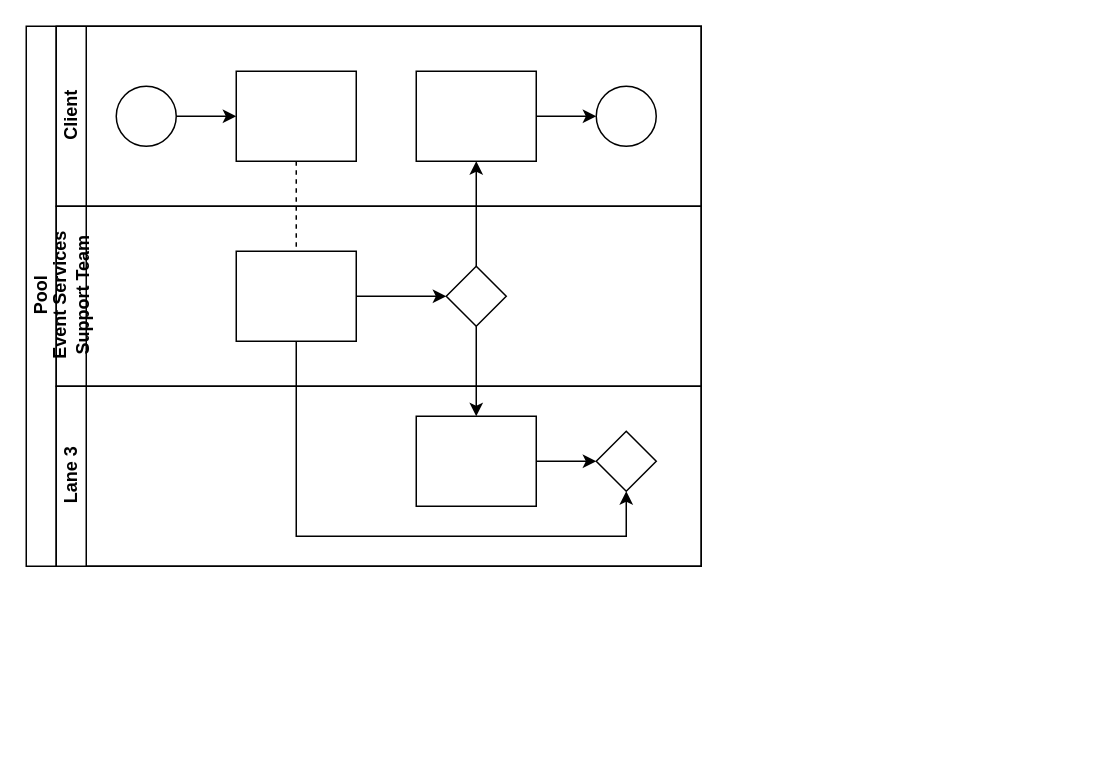
This is Swim-create-Event.drawio from Helena-Zuk/github-slideshow, a draw.io file, before an edit. Source tidied: cells renumbered, new cells numbered last; positions are measured from the earlier drawing's top-left corner, leaving out a move shared by most shapes. Both pictures are drawn from the tidied source at 150%, with x=0, y=0 at pixel (26, 26).
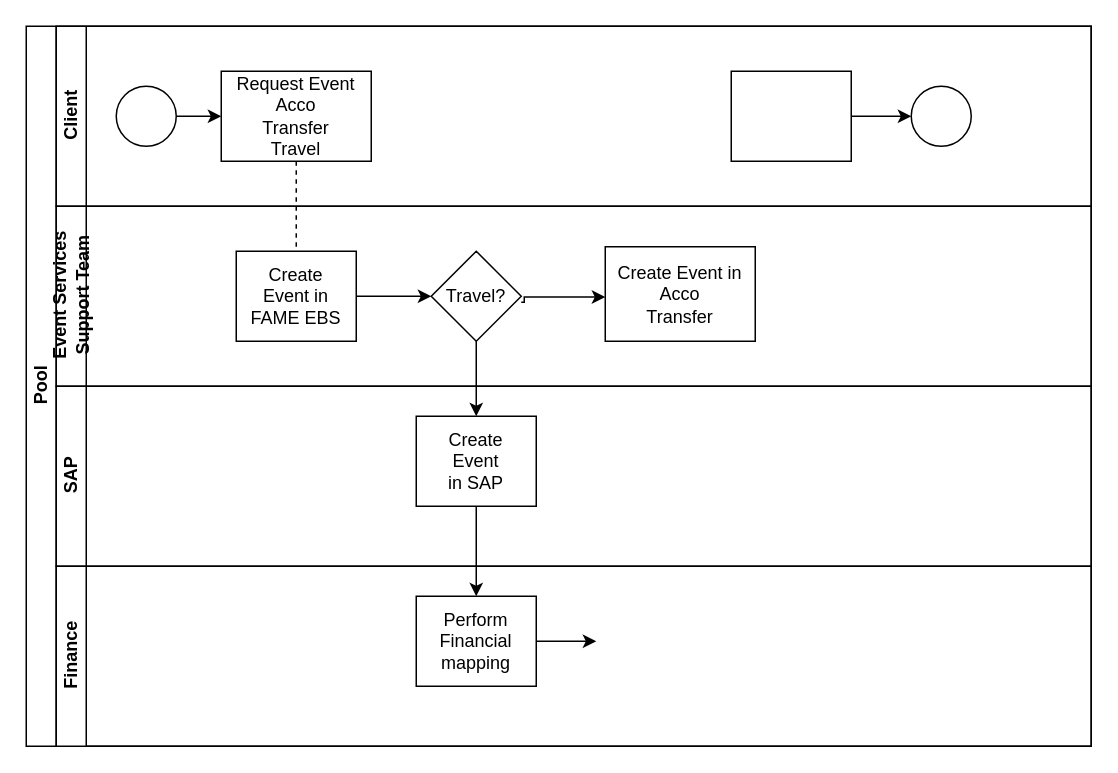
Above is the later version.

What changed in the source:
```diff
@@
     <mxCell id="2" value="Pool" style="swimlane;html=1;horizontal=0;startSize=20;" parent="1" vertex="1">
-      <mxGeometry width="450" height="360" as="geometry" />
+      <mxGeometry width="710" height="480" as="geometry" />
     </mxCell>
@@
-    <mxCell id="4" style="edgeStyle=orthogonalEdgeStyle;rounded=0;jettySize=auto;html=1;endArrow=classic;endFill=1;" parent="2" edge="1" source="17" target="12">
-      <mxGeometry relative="1" as="geometry" />
-    </mxCell>
@@
-    <mxCell id="6" style="edgeStyle=orthogonalEdgeStyle;rounded=0;jettySize=auto;html=1;endArrow=classic;endFill=1;" parent="2" edge="1" source="16" target="21">
-      <mxGeometry relative="1" as="geometry">
-        <Array as="points">
-          <mxPoint x="180" y="340" />
-          <mxPoint x="400" y="340" />
-        </Array>
-      </mxGeometry>
-    </mxCell>
     <mxCell id="7" value="Client" style="swimlane;html=1;startSize=20;horizontal=0;" parent="2" vertex="1">
-      <mxGeometry x="20" width="430" height="120" as="geometry" />
+      <mxGeometry x="20" width="690" height="120" as="geometry" />
     </mxCell>
@@
-    <mxCell id="10" style="rounded=0;whiteSpace=wrap;html=1;fontFamily=Helvetica;fontSize=12;fontColor=#000000;align=center;" parent="7" vertex="1">
-      <mxGeometry x="120" y="30" width="80" height="60" as="geometry" />
+    <mxCell id="10" value="Request Event&lt;br style=&quot;border-color: var(--border-color);&quot;&gt;Acco&lt;br style=&quot;border-color: var(--border-color);&quot;&gt;Transfer&lt;br style=&quot;border-color: var(--border-color);&quot;&gt;Travel" style="rounded=0;whiteSpace=wrap;html=1;fontFamily=Helvetica;fontSize=12;fontColor=#000000;align=center;" parent="7" vertex="1">
+      <mxGeometry x="110" y="30" width="100" height="60" as="geometry" />
     </mxCell>
@@
     <mxCell id="12" style="rounded=0;whiteSpace=wrap;html=1;fontFamily=Helvetica;fontSize=12;fontColor=#000000;align=center;" parent="7" vertex="1">
-      <mxGeometry x="240" y="30" width="80" height="60" as="geometry" />
+      <mxGeometry x="450" y="30" width="80" height="60" as="geometry" />
     </mxCell>
     <mxCell id="13" style="ellipse;whiteSpace=wrap;html=1;" parent="7" vertex="1">
-      <mxGeometry x="360" y="40" width="40" height="40" as="geometry" />
+      <mxGeometry x="570" y="40" width="40" height="40" as="geometry" />
     </mxCell>
     <mxCell id="14" value="Event Services &lt;br&gt;Support Team" style="swimlane;html=1;startSize=20;horizontal=0;" parent="2" vertex="1">
-      <mxGeometry x="20" y="120" width="430" height="120" as="geometry" />
+      <mxGeometry x="20" y="120" width="690" height="120" as="geometry" />
     </mxCell>
@@
-    <mxCell id="16" style="rounded=0;whiteSpace=wrap;html=1;fontFamily=Helvetica;fontSize=12;fontColor=#000000;align=center;" parent="14" vertex="1">
+    <mxCell id="16" value="Create&lt;br&gt;Event in&lt;br&gt;FAME EBS" style="rounded=0;whiteSpace=wrap;html=1;fontFamily=Helvetica;fontSize=12;fontColor=#000000;align=center;" parent="14" vertex="1">
       <mxGeometry x="120" y="30" width="80" height="60" as="geometry" />
     </mxCell>
-    <mxCell id="17" style="rhombus;whiteSpace=wrap;html=1;fontFamily=Helvetica;fontSize=12;fontColor=#000000;align=center;" parent="14" vertex="1">
-      <mxGeometry x="260" y="40" width="40" height="40" as="geometry" />
+    <mxCell id="17" value="Travel?" style="rhombus;whiteSpace=wrap;html=1;fontFamily=Helvetica;fontSize=12;fontColor=#000000;align=center;" parent="14" vertex="1">
+      <mxGeometry x="250" y="30" width="60" height="60" as="geometry" />
     </mxCell>
+    <mxCell id="22" value="Create Event in&lt;br&gt;Acco&lt;br&gt;Transfer" style="rounded=0;whiteSpace=wrap;html=1;fontFamily=Helvetica;fontSize=12;fontColor=#000000;align=center;" parent="14" vertex="1">
+      <mxGeometry x="366" y="27" width="100" height="63" as="geometry" />
+    </mxCell>
-    <mxCell id="18" value="Lane 3" style="swimlane;html=1;startSize=20;horizontal=0;" parent="2" vertex="1">
-      <mxGeometry x="20" y="240" width="430" height="120" as="geometry" />
+    <mxCell id="18" value="SAP" style="swimlane;html=1;startSize=20;horizontal=0;" parent="2" vertex="1">
+      <mxGeometry x="20" y="240" width="690" height="120" as="geometry" />
     </mxCell>
-    <mxCell id="19" style="edgeStyle=orthogonalEdgeStyle;rounded=0;jettySize=auto;html=1;endArrow=classic;endFill=1;" parent="18" edge="1" source="20" target="21">
-      <mxGeometry relative="1" as="geometry" />
-    </mxCell>
-    <mxCell id="20" style="rounded=0;whiteSpace=wrap;html=1;fontFamily=Helvetica;fontSize=12;fontColor=#000000;align=center;" parent="18" vertex="1">
+    <mxCell id="20" value="Create&lt;br&gt;Event &lt;br&gt;in SAP" style="rounded=0;whiteSpace=wrap;html=1;fontFamily=Helvetica;fontSize=12;fontColor=#000000;align=center;" parent="18" vertex="1">
       <mxGeometry x="240" y="20" width="80" height="60" as="geometry" />
     </mxCell>
-    <mxCell id="21" style="rhombus;whiteSpace=wrap;html=1;fontFamily=Helvetica;fontSize=12;fontColor=#000000;align=center;" parent="18" vertex="1">
-      <mxGeometry x="360" y="30" width="40" height="40" as="geometry" />
-    </mxCell>
+    <mxCell id="23" value="Finance" style="swimlane;html=1;startSize=20;horizontal=0;" parent="2" vertex="1">
+      <mxGeometry x="20" y="360" width="690" height="120" as="geometry" />
+    </mxCell>
+    <mxCell id="24" style="edgeStyle=orthogonalEdgeStyle;rounded=0;jettySize=auto;html=1;endArrow=classic;endFill=1;" parent="23" edge="1" source="25">
+      <mxGeometry relative="1" as="geometry">
+        <mxPoint x="360" y="50" as="targetPoint" />
+      </mxGeometry>
+    </mxCell>
+    <mxCell id="25" value="Perform&lt;br&gt;Financial&lt;br&gt;mapping" style="rounded=0;whiteSpace=wrap;html=1;fontFamily=Helvetica;fontSize=12;fontColor=#000000;align=center;" parent="23" vertex="1">
+      <mxGeometry x="240" y="20" width="80" height="60" as="geometry" />
+    </mxCell>
+    <mxCell id="26" style="edgeStyle=orthogonalEdgeStyle;rounded=0;jettySize=auto;html=1;" parent="2" edge="1" source="20" target="25">
+      <mxGeometry relative="1" as="geometry" />
+    </mxCell>
+    <mxCell id="27" style="edgeStyle=orthogonalEdgeStyle;rounded=0;orthogonalLoop=1;jettySize=auto;html=1;endArrow=classic;endFill=1;entryX=0;entryY=0.5;entryDx=0;entryDy=0;" parent="1" edge="1">
+      <mxGeometry relative="1" as="geometry">
+        <mxPoint x="330" y="184" as="sourcePoint" />
+        <mxPoint x="386" y="180.5" as="targetPoint" />
+        <Array as="points">
+          <mxPoint x="332" y="184" />
+          <mxPoint x="332" y="181" />
+        </Array>
+      </mxGeometry>
+    </mxCell>
```
